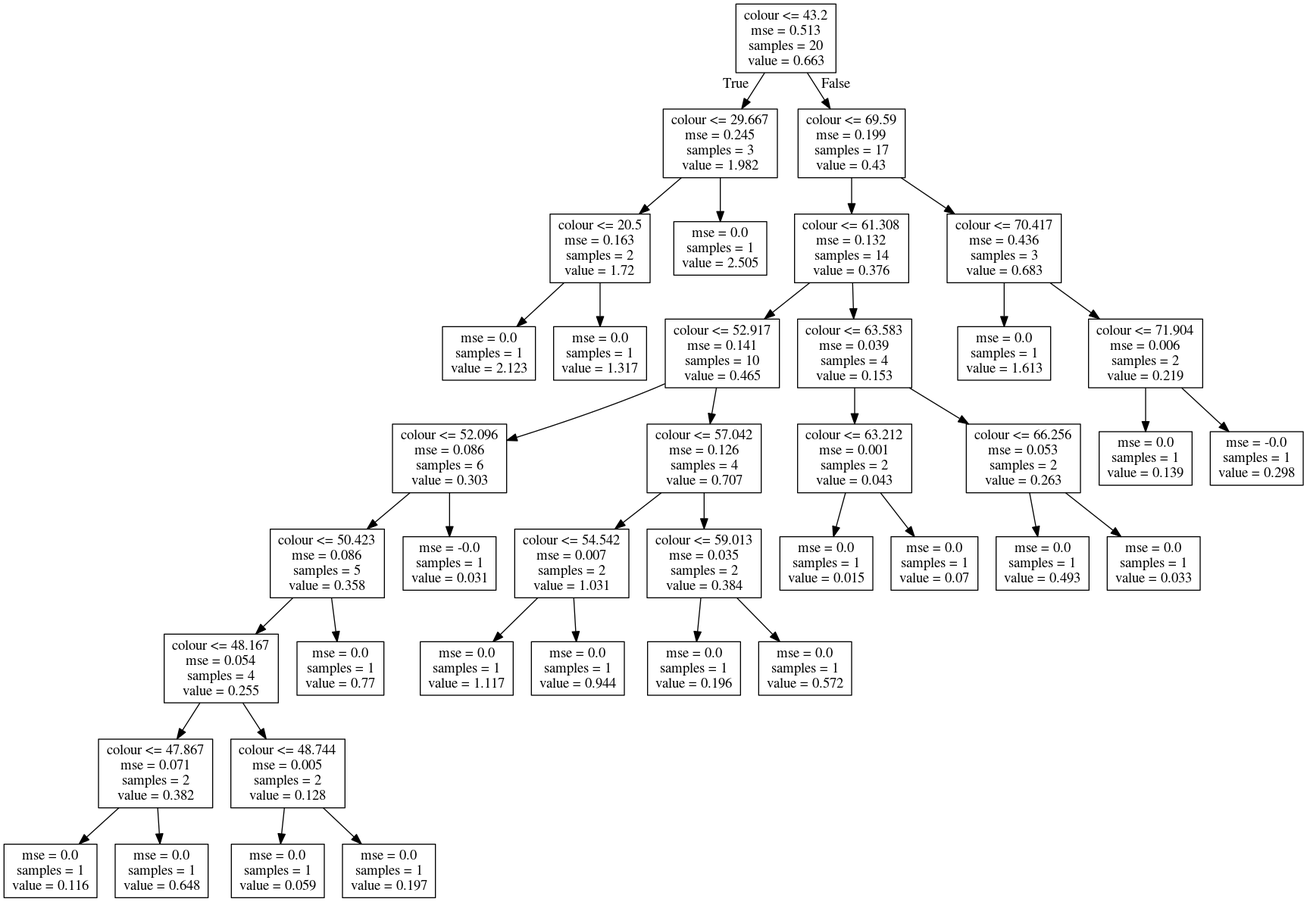
This is Norway_Morsa/Model_Development/Figures/Discretization_regTrees/summ_Cyano-colour.png from icra/WATExR, a Graphviz export, as it was before one commit. Its source is kept beside it as Norway_Morsa/Model_Development/Figures/Discretization_regTrees/summ_Cyano-colour.dot.
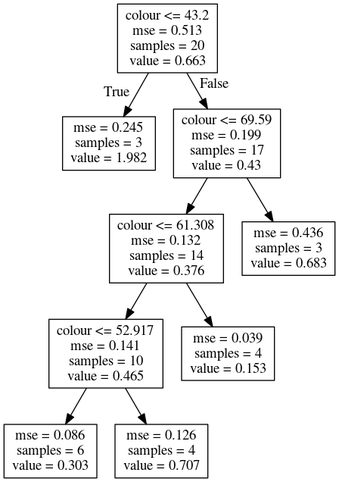
Above is the later version.

What changed in the source:
```diff
@@ -1,80 +1,20 @@
 digraph Tree {
 node [shape=box] ;
 0 [label="colour <= 43.2\nmse = 0.513\nsamples = 20\nvalue = 0.663"] ;
-1 [label="colour <= 29.667\nmse = 0.245\nsamples = 3\nvalue = 1.982"] ;
+1 [label="mse = 0.245\nsamples = 3\nvalue = 1.982"] ;
 0 -> 1 [labeldistance=2.5, labelangle=45, headlabel="True"] ;
-2 [label="colour <= 20.5\nmse = 0.163\nsamples = 2\nvalue = 1.72"] ;
-1 -> 2 ;
-3 [label="mse = 0.0\nsamples = 1\nvalue = 2.123"] ;
+2 [label="colour <= 69.59\nmse = 0.199\nsamples = 17\nvalue = 0.43"] ;
+0 -> 2 [labeldistance=2.5, labelangle=-45, headlabel="False"] ;
+3 [label="colour <= 61.308\nmse = 0.132\nsamples = 14\nvalue = 0.376"] ;
 2 -> 3 ;
-4 [label="mse = 0.0\nsamples = 1\nvalue = 1.317"] ;
+5 [label="colour <= 52.917\nmse = 0.141\nsamples = 10\nvalue = 0.465"] ;
+3 -> 5 ;
+7 [label="mse = 0.086\nsamples = 6\nvalue = 0.303"] ;
+5 -> 7 ;
+8 [label="mse = 0.126\nsamples = 4\nvalue = 0.707"] ;
+5 -> 8 ;
+6 [label="mse = 0.039\nsamples = 4\nvalue = 0.153"] ;
+3 -> 6 ;
+4 [label="mse = 0.436\nsamples = 3\nvalue = 0.683"] ;
 2 -> 4 ;
-5 [label="mse = 0.0\nsamples = 1\nvalue = 2.505"] ;
-1 -> 5 ;
-6 [label="colour <= 69.59\nmse = 0.199\nsamples = 17\nvalue = 0.43"] ;
-0 -> 6 [labeldistance=2.5, labelangle=-45, headlabel="False"] ;
-7 [label="colour <= 61.308\nmse = 0.132\nsamples = 14\nvalue = 0.376"] ;
-6 -> 7 ;
-8 [label="colour <= 52.917\nmse = 0.141\nsamples = 10\nvalue = 0.465"] ;
-7 -> 8 ;
-9 [label="colour <= 52.096\nmse = 0.086\nsamples = 6\nvalue = 0.303"] ;
-8 -> 9 ;
-10 [label="colour <= 50.423\nmse = 0.086\nsamples = 5\nvalue = 0.358"] ;
-9 -> 10 ;
-11 [label="colour <= 48.167\nmse = 0.054\nsamples = 4\nvalue = 0.255"] ;
-10 -> 11 ;
-12 [label="colour <= 47.867\nmse = 0.071\nsamples = 2\nvalue = 0.382"] ;
-11 -> 12 ;
-13 [label="mse = 0.0\nsamples = 1\nvalue = 0.116"] ;
-12 -> 13 ;
-14 [label="mse = 0.0\nsamples = 1\nvalue = 0.648"] ;
-12 -> 14 ;
-15 [label="colour <= 48.744\nmse = 0.005\nsamples = 2\nvalue = 0.128"] ;
-11 -> 15 ;
-16 [label="mse = 0.0\nsamples = 1\nvalue = 0.059"] ;
-15 -> 16 ;
-17 [label="mse = 0.0\nsamples = 1\nvalue = 0.197"] ;
-15 -> 17 ;
-18 [label="mse = 0.0\nsamples = 1\nvalue = 0.77"] ;
-10 -> 18 ;
-19 [label="mse = -0.0\nsamples = 1\nvalue = 0.031"] ;
-9 -> 19 ;
-20 [label="colour <= 57.042\nmse = 0.126\nsamples = 4\nvalue = 0.707"] ;
-8 -> 20 ;
-21 [label="colour <= 54.542\nmse = 0.007\nsamples = 2\nvalue = 1.031"] ;
-20 -> 21 ;
-22 [label="mse = 0.0\nsamples = 1\nvalue = 1.117"] ;
-21 -> 22 ;
-23 [label="mse = 0.0\nsamples = 1\nvalue = 0.944"] ;
-21 -> 23 ;
-24 [label="colour <= 59.013\nmse = 0.035\nsamples = 2\nvalue = 0.384"] ;
-20 -> 24 ;
-25 [label="mse = 0.0\nsamples = 1\nvalue = 0.196"] ;
-24 -> 25 ;
-26 [label="mse = 0.0\nsamples = 1\nvalue = 0.572"] ;
-24 -> 26 ;
-27 [label="colour <= 63.583\nmse = 0.039\nsamples = 4\nvalue = 0.153"] ;
-7 -> 27 ;
-28 [label="colour <= 63.212\nmse = 0.001\nsamples = 2\nvalue = 0.043"] ;
-27 -> 28 ;
-29 [label="mse = 0.0\nsamples = 1\nvalue = 0.015"] ;
-28 -> 29 ;
-30 [label="mse = 0.0\nsamples = 1\nvalue = 0.07"] ;
-28 -> 30 ;
-31 [label="colour <= 66.256\nmse = 0.053\nsamples = 2\nvalue = 0.263"] ;
-27 -> 31 ;
-32 [label="mse = 0.0\nsamples = 1\nvalue = 0.493"] ;
-31 -> 32 ;
-33 [label="mse = 0.0\nsamples = 1\nvalue = 0.033"] ;
-31 -> 33 ;
-34 [label="colour <= 70.417\nmse = 0.436\nsamples = 3\nvalue = 0.683"] ;
-6 -> 34 ;
-35 [label="mse = 0.0\nsamples = 1\nvalue = 1.613"] ;
-34 -> 35 ;
-36 [label="colour <= 71.904\nmse = 0.006\nsamples = 2\nvalue = 0.219"] ;
-34 -> 36 ;
-37 [label="mse = 0.0\nsamples = 1\nvalue = 0.139"] ;
-36 -> 37 ;
-38 [label="mse = -0.0\nsamples = 1\nvalue = 0.298"] ;
-36 -> 38 ;
 }
```
